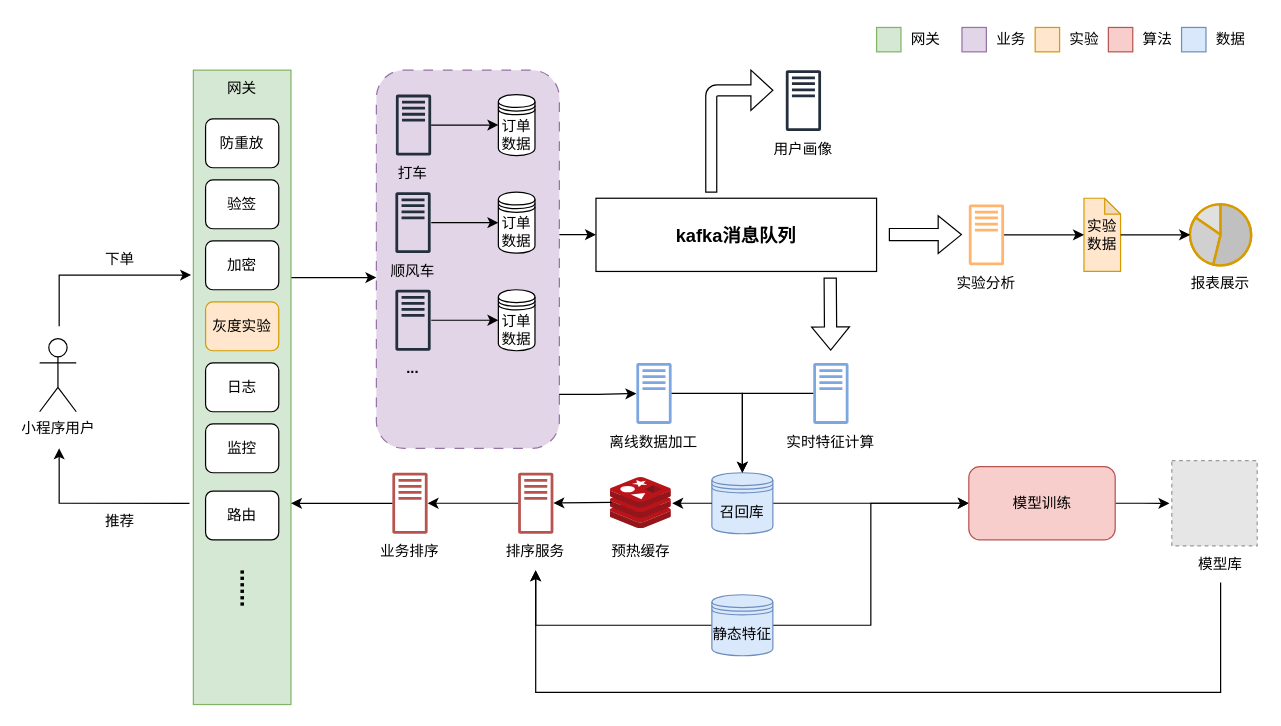
Above: page "整体" (2 of 10) of tms/转化率提升.drawio in wangziji/graphics (draw.io), before the change. Source tidied: cells renumbered, new cells numbered last; positions are measured from the earlier drawing's top-left corner, leaving out a move shared by most shapes. Both pictures are drawn from the tidied source at 122%, with x=0, y=0 at pixel (39, 21). Pictures stored in the file or linked from it are replaced by grey dashed boxes.
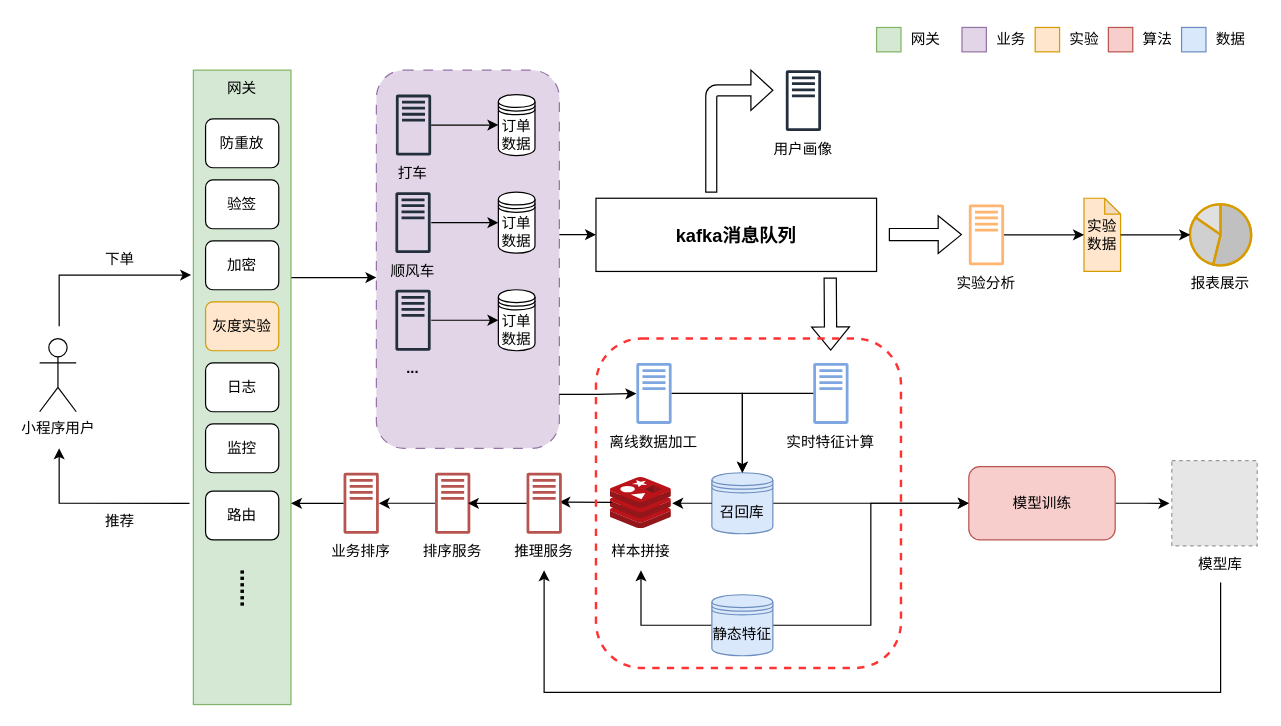
Above is the later version.

Commit message:
更新转化率提升.drawio

The change refers to these unchanged cells:
```xml
<mxCell id="53" value="模型训练" style="rounded=1;whiteSpace=wrap;html=1;fillColor=#f8cecc;strokeColor=#b85450;" parent="1" vertex="1">
  <mxGeometry x="761.6" y="365" width="120" height="60" as="geometry" />
</mxCell>
<mxCell id="56" value="模型库" style="text;html=1;align=center;verticalAlign=middle;whiteSpace=wrap;rounded=0;" parent="1" vertex="1">
  <mxGeometry x="938" y="430" width="60" height="30" as="geometry" />
</mxCell>
<mxCell id="59" style="sketch=0;outlineConnect=0;fillColor=#B85450;strokeColor=#b85450;dashed=0;verticalLabelPosition=bottom;verticalAlign=top;align=center;html=1;fontSize=12;fontStyle=0;shape=mxgraph.aws4.traditional_server;" parent="58" vertex="1">
  <mxGeometry x="23.1" width="28.9" height="50" as="geometry" />
</mxCell>
<mxCell id="60" value="排序服务" style="text;html=1;align=center;verticalAlign=middle;whiteSpace=wrap;rounded=0;" parent="58" vertex="1">
  <mxGeometry y="50" width="75" height="30" as="geometry" />
</mxCell>
<mxCell id="70" style="image;sketch=0;html=1;points=[];align=center;fontSize=12;image=img/lib/mscae/Cache_Redis_Product.svg;" parent="1" vertex="1">
  <mxGeometry x="467.9" y="374" width="50" height="42" as="geometry" />
</mxCell>
<mxCell id="92" value="静态特征" style="shape=datastore;whiteSpace=wrap;html=1;fillColor=#dae8fc;strokeColor=#6c8ebf;" parent="1" vertex="1">
  <mxGeometry x="551" y="470" width="50" height="50" as="geometry" />
</mxCell>
```

Diff of the diagram source:
```diff
@@
-    <mxCell id="51" style="edgeStyle=orthogonalEdgeStyle;rounded=0;jettySize=auto;html=1;exitX=1;exitY=0.5;exitDx=0;exitDy=0;entryX=0;entryY=0.5;entryDx=0;entryDy=0;" parent="1" edge="1" source="92" target="53">
-      <mxGeometry relative="1" as="geometry" />
-    </mxCell>
@@
-    <mxCell id="55" style="edgeStyle=orthogonalEdgeStyle;rounded=0;jettySize=auto;html=1;exitX=0.5;exitY=1;exitDx=0;exitDy=0;entryX=0.5;entryY=1;entryDx=0;entryDy=0;" parent="1" edge="1" source="56" target="60">
+    <mxCell id="55" style="edgeStyle=orthogonalEdgeStyle;rounded=0;jettySize=auto;html=1;exitX=0.5;exitY=1;exitDx=0;exitDy=0;entryX=0.5;entryY=1;entryDx=0;entryDy=0;" parent="1" edge="1" source="56" target="95">
       <mxGeometry relative="1" as="geometry">
         <Array as="points">
           <mxPoint x="968" y="550" />
-          <mxPoint x="407" y="550" />
+          <mxPoint x="414" y="550" />
         </Array>
       </mxGeometry>
     </mxCell>
@@
     <mxCell id="58" style="group;" parent="1" vertex="1">
-      <mxGeometry x="369.1" y="370" width="75" height="80" as="geometry" />
+      <mxGeometry x="301" y="370" width="75" height="80" as="geometry" />
     </mxCell>
@@
     <mxCell id="61" style="group;" parent="1" vertex="1">
-      <mxGeometry x="266" y="370" width="75" height="80" as="geometry" />
+      <mxGeometry x="226" y="370" width="75" height="80" as="geometry" />
     </mxCell>
@@
-    <mxCell id="71" value="预热缓存" style="text;html=1;align=center;verticalAlign=middle;whiteSpace=wrap;rounded=0;" parent="1" vertex="1">
+    <mxCell id="71" value="样本拼接" style="text;html=1;align=center;verticalAlign=middle;whiteSpace=wrap;rounded=0;" parent="1" vertex="1">
       <mxGeometry x="462.9" y="420" width="60" height="30" as="geometry" />
     </mxCell>
-    <mxCell id="72" style="endArrow=classic;html=1;rounded=0;exitX=0.02;exitY=0.484;exitDx=0;exitDy=0;exitPerimeter=0;" parent="1" edge="1" source="70" target="59">
-      <mxGeometry relative="1" as="geometry" />
+    <mxCell id="72" style="endArrow=classic;html=1;rounded=0;exitX=0.02;exitY=0.484;exitDx=0;exitDy=0;exitPerimeter=0;" parent="1" edge="1" source="70">
+      <mxGeometry relative="1" as="geometry">
+        <mxPoint x="426" y="394" as="targetPoint" />
+      </mxGeometry>
     </mxCell>
@@
-    <mxCell id="91" style="edgeStyle=orthogonalEdgeStyle;rounded=0;jettySize=auto;html=1;exitX=0;exitY=0.5;exitDx=0;exitDy=0;entryX=0.5;entryY=1;entryDx=0;entryDy=0;" parent="1" edge="1" source="92" target="60">
+    <mxCell id="91" style="edgeStyle=orthogonalEdgeStyle;rounded=0;jettySize=auto;html=1;exitX=0;exitY=0.5;exitDx=0;exitDy=0;" parent="1" edge="1" source="92" target="71">
       <mxGeometry relative="1" as="geometry" />
     </mxCell>
+    <mxCell id="51" style="edgeStyle=orthogonalEdgeStyle;rounded=0;jettySize=auto;html=1;exitX=1;exitY=0.5;exitDx=0;exitDy=0;entryX=0;entryY=0.5;entryDx=0;entryDy=0;" parent="1" edge="1" source="92" target="53">
+      <mxGeometry relative="1" as="geometry" />
+    </mxCell>
@@
+    <mxCell id="93" style="group;" parent="1" vertex="1">
+      <mxGeometry x="376" y="370" width="75" height="80" as="geometry" />
+    </mxCell>
+    <mxCell id="94" style="sketch=0;outlineConnect=0;fillColor=#B85450;strokeColor=#b85450;dashed=0;verticalLabelPosition=bottom;verticalAlign=top;align=center;html=1;fontSize=12;fontStyle=0;shape=mxgraph.aws4.traditional_server;" parent="93" vertex="1">
+      <mxGeometry x="23.1" width="28.9" height="50" as="geometry" />
+    </mxCell>
+    <mxCell id="95" value="推理服务" style="text;html=1;align=center;verticalAlign=middle;whiteSpace=wrap;rounded=0;" parent="93" vertex="1">
+      <mxGeometry y="50" width="75" height="30" as="geometry" />
+    </mxCell>
+    <mxCell id="96" style="edgeStyle=orthogonalEdgeStyle;rounded=0;jettySize=auto;html=1;" parent="1" edge="1" source="94">
+      <mxGeometry relative="1" as="geometry">
+        <mxPoint x="351" y="395" as="targetPoint" />
+      </mxGeometry>
+    </mxCell>
+    <mxCell id="97" style="rounded=1;whiteSpace=wrap;html=1;fillColor=none;strokeWidth=2;strokeColor=#FF3333;dashed=1;" parent="1" vertex="1">
+      <mxGeometry x="456" y="260" width="250" height="270" as="geometry" />
+    </mxCell>
```
